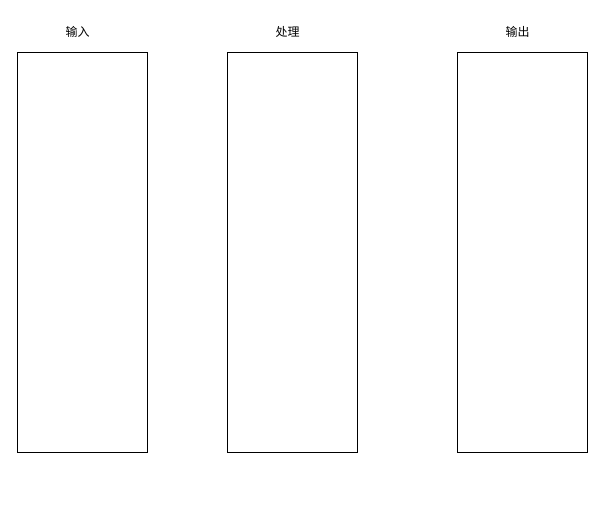
This is page "第 1 页" (1 of 3) of 即时配客户报价升级.drawio from unclequentin/diagrams, a draw.io file, before an edit. Source tidied: cells renumbered, new cells numbered last; positions are measured from the earlier drawing's top-left corner, leaving out a move shared by most shapes. Both pictures are drawn from the tidied source at 100%, with x=0, y=0 at pixel (17, 17).
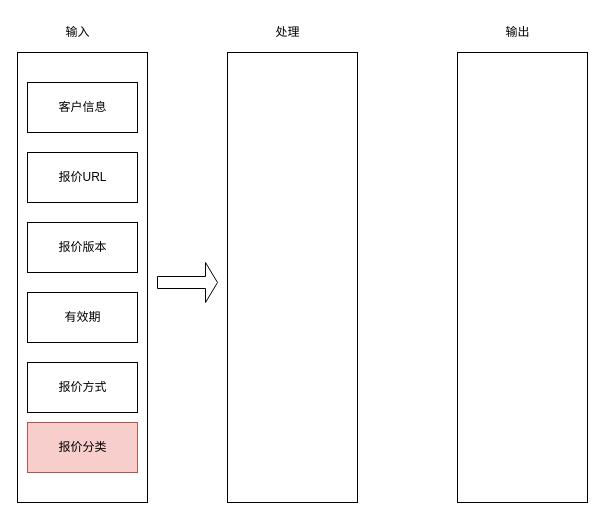
After the change.

Commit message:
更新即时配客户报价升级.drawio

Diff of the diagram source:
```diff
@@
 <mxGraphModel>
   <root>
     <mxCell id="0" />
     <mxCell id="1" parent="0" />
     <mxCell id="2" style="rounded=0;whiteSpace=wrap;html=1;" parent="1" vertex="1">
-      <mxGeometry y="35" width="130" height="400" as="geometry" />
+      <mxGeometry y="35" width="130" height="450" as="geometry" />
     </mxCell>
     <mxCell id="3" value="输入" style="text;html=1;align=center;verticalAlign=middle;strokeColor=none;fillColor=none;" parent="1" vertex="1">
       <mxGeometry x="35" width="50" height="30" as="geometry" />
     </mxCell>
     <mxCell id="4" style="rounded=0;whiteSpace=wrap;html=1;" parent="1" vertex="1">
-      <mxGeometry x="210" y="35" width="130" height="400" as="geometry" />
+      <mxGeometry x="210" y="35" width="130" height="450" as="geometry" />
     </mxCell>
     <mxCell id="5" value="处理" style="text;html=1;align=center;verticalAlign=middle;strokeColor=none;fillColor=none;" parent="1" vertex="1">
       <mxGeometry x="245" width="50" height="30" as="geometry" />
     </mxCell>
     <mxCell id="6" style="rounded=0;whiteSpace=wrap;html=1;" parent="1" vertex="1">
-      <mxGeometry x="440" y="35" width="130" height="400" as="geometry" />
+      <mxGeometry x="440" y="35" width="130" height="450" as="geometry" />
     </mxCell>
     <mxCell id="7" value="输出" style="text;html=1;align=center;verticalAlign=middle;strokeColor=none;fillColor=none;" parent="1" vertex="1">
       <mxGeometry x="475" width="50" height="30" as="geometry" />
     </mxCell>
+    <mxCell id="8" value="客户信息" style="html=1;" parent="1" vertex="1">
+      <mxGeometry x="10" y="65" width="110" height="50" as="geometry" />
+    </mxCell>
+    <mxCell id="9" value="报价URL" style="html=1;" parent="1" vertex="1">
+      <mxGeometry x="10" y="135" width="110" height="50" as="geometry" />
+    </mxCell>
+    <mxCell id="10" value="报价版本" style="html=1;" parent="1" vertex="1">
+      <mxGeometry x="10" y="205" width="110" height="50" as="geometry" />
+    </mxCell>
+    <mxCell id="11" value="有效期" style="html=1;" parent="1" vertex="1">
+      <mxGeometry x="10" y="275" width="110" height="50" as="geometry" />
+    </mxCell>
+    <mxCell id="12" value="报价方式" style="html=1;" parent="1" vertex="1">
+      <mxGeometry x="10" y="345" width="110" height="50" as="geometry" />
+    </mxCell>
+    <mxCell id="13" value="报价分类" style="html=1;fillColor=#f8cecc;strokeColor=#b85450;" parent="1" vertex="1">
+      <mxGeometry x="10" y="405" width="110" height="50" as="geometry" />
+    </mxCell>
+    <mxCell id="14" style="shape=singleArrow;whiteSpace=wrap;html=1;" parent="1" vertex="1">
+      <mxGeometry x="140" y="245" width="60" height="40" as="geometry" />
+    </mxCell>
   </root>
 </mxGraphModel>
```
